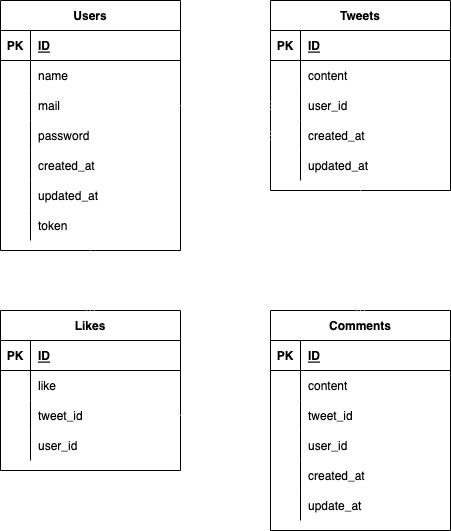
Earlier version of the draw.io export ER.drawio.png (masanarimiura/Twitter-SNS-app). Source tidied: cells renumbered, new cells last; positions are measured from the earlier drawing's top-left corner, leaving out a move shared by most shapes.
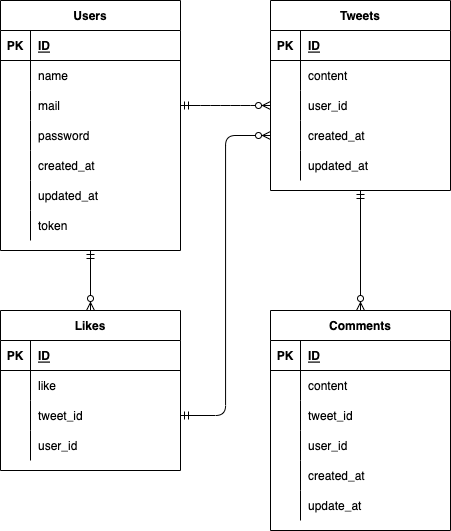
Later version of the same file.

Diff of the diagram source:
```diff
@@ -212,18 +212,18 @@
     <mxCell id="71" value="user_id" style="shape=partialRectangle;fillColor=none;top=0;left=0;bottom=0;right=0;align=left;spacingLeft=6;overflow=hidden;" parent="69" vertex="1">
       <mxGeometry x="30" width="150" height="30" as="geometry" />
     </mxCell>
-    <mxCell id="72" style="fontSize=12;html=1;endArrow=ERzeroToMany;startArrow=ERmandOne;entryX=0.5;entryY=0;entryDx=0;entryDy=0;strokeColor=#FFFFFF;fillColor=#eeeeee;strokeWidth=1;" parent="1" edge="1" target="59">
+    <mxCell id="72" style="fontSize=12;html=1;endArrow=ERzeroToMany;startArrow=ERmandOne;entryX=0.5;entryY=0;entryDx=0;entryDy=0;strokeWidth=1;" parent="1" edge="1" target="59">
       <mxGeometry relative="1" as="geometry">
         <mxPoint x="90" y="250" as="sourcePoint" />
       </mxGeometry>
     </mxCell>
-    <mxCell id="73" style="edgeStyle=entityRelationEdgeStyle;fontSize=12;html=1;endArrow=ERzeroToMany;startArrow=ERmandOne;strokeColor=#FFFFFF;strokeWidth=1;exitX=1;exitY=0.5;exitDx=0;exitDy=0;entryX=0;entryY=0.5;entryDx=0;entryDy=0;" parent="1" edge="1" source="9" target="31">
+    <mxCell id="73" style="edgeStyle=entityRelationEdgeStyle;fontSize=12;html=1;endArrow=ERzeroToMany;startArrow=ERmandOne;strokeWidth=1;exitX=1;exitY=0.5;exitDx=0;exitDy=0;entryX=0;entryY=0.5;entryDx=0;entryDy=0;" parent="1" edge="1" source="9" target="31">
       <mxGeometry relative="1" as="geometry" />
     </mxCell>
-    <mxCell id="74" style="fontSize=12;html=1;endArrow=ERzeroToMany;startArrow=ERmandOne;strokeColor=#FFFFFF;strokeWidth=1;exitX=0.5;exitY=1;exitDx=0;exitDy=0;entryX=0.5;entryY=0;entryDx=0;entryDy=0;" parent="1" edge="1" source="24" target="40">
+    <mxCell id="74" style="fontSize=12;html=1;endArrow=ERzeroToMany;startArrow=ERmandOne;strokeWidth=1;exitX=0.5;exitY=1;exitDx=0;exitDy=0;entryX=0.5;entryY=0;entryDx=0;entryDy=0;" parent="1" edge="1" source="24" target="40">
       <mxGeometry relative="1" as="geometry" />
     </mxCell>
-    <mxCell id="75" style="edgeStyle=orthogonalEdgeStyle;fontSize=12;html=1;endArrow=ERzeroToMany;startArrow=ERmandOne;strokeColor=#FFFFFF;strokeWidth=1;exitX=1;exitY=0.5;exitDx=0;exitDy=0;entryX=0;entryY=0.5;entryDx=0;entryDy=0;" parent="1" edge="1" source="66" target="34">
+    <mxCell id="75" style="edgeStyle=orthogonalEdgeStyle;fontSize=12;html=1;endArrow=ERzeroToMany;startArrow=ERmandOne;strokeWidth=1;exitX=1;exitY=0.5;exitDx=0;exitDy=0;entryX=0;entryY=0.5;entryDx=0;entryDy=0;" parent="1" edge="1" source="66" target="34">
       <mxGeometry relative="1" as="geometry" />
     </mxCell>
   </root>
```
